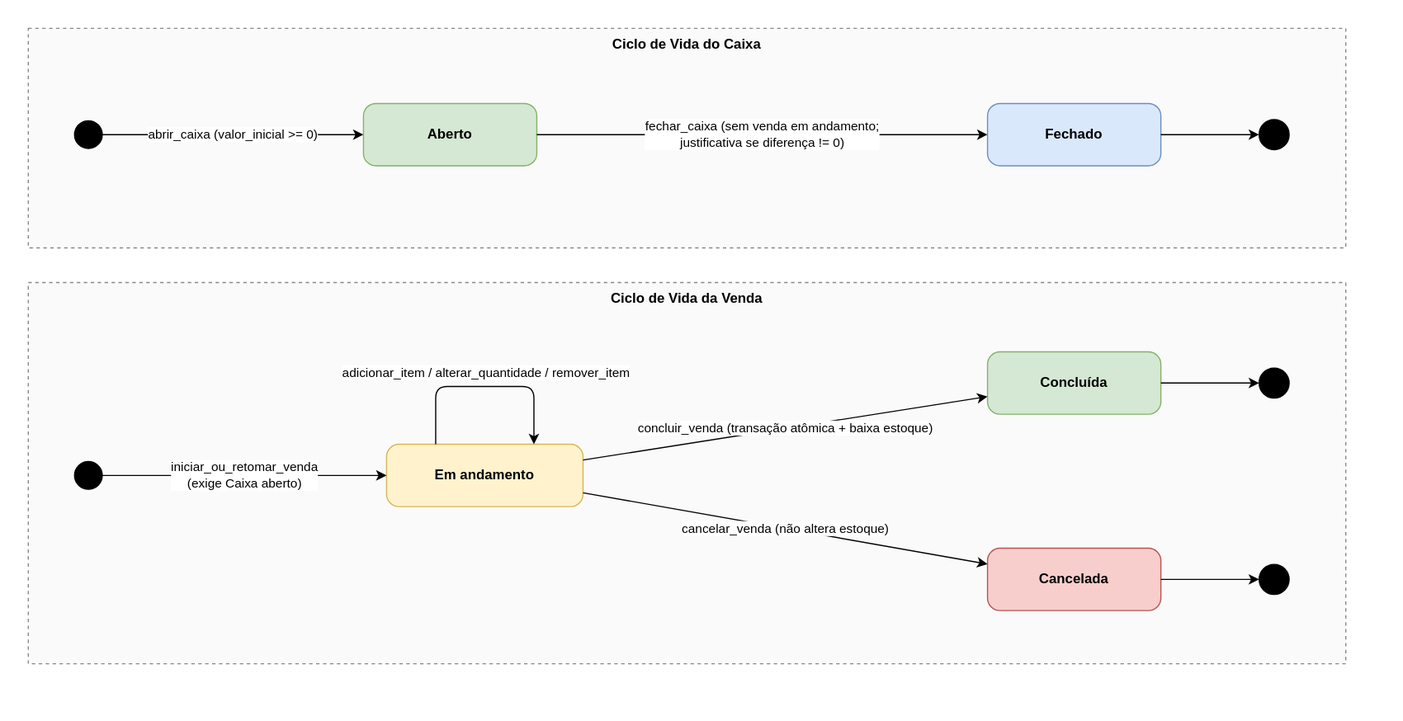
The draw.io diagram docs/diagramas/diagrama_estados.drawio.svg in PedroGasparetto/sistema-dacomp, before a commit. Source tidied: cells renumbered, new cells last; positions are measured from the earlier drawing's top-left corner, leaving out a move shared by most shapes. Source of this version:
```xml
<mxGraphModel>
  <root>
    <mxCell id="0" />
    <mxCell id="1" parent="0" />
    <mxCell id="2" value="Ciclo de Vida do Caixa" style="rounded=0;whiteSpace=wrap;html=1;verticalAlign=top;fontStyle=1;dashed=1;fillColor=#fafafa;strokeColor=#888888;" parent="1" vertex="1">
      <mxGeometry width="1140" height="190" as="geometry" />
    </mxCell>
    <mxCell id="3" style="ellipse;fillColor=#000000;strokeColor=#000000;" parent="1" vertex="1">
      <mxGeometry x="40" y="80" width="24" height="24" as="geometry" />
    </mxCell>
    <mxCell id="4" value="Aberto" style="rounded=1;whiteSpace=wrap;html=1;arcSize=20;fillColor=#d5e8d4;strokeColor=#82b366;fontStyle=1;" parent="1" vertex="1">
      <mxGeometry x="290" y="65" width="150" height="54" as="geometry" />
    </mxCell>
    <mxCell id="5" value="Fechado" style="rounded=1;whiteSpace=wrap;html=1;arcSize=20;fillColor=#dae8fc;strokeColor=#6c8ebf;fontStyle=1;" parent="1" vertex="1">
      <mxGeometry x="830" y="65" width="150" height="54" as="geometry" />
    </mxCell>
    <mxCell id="6" style="ellipse;html=1;shape=doubleEllipse;fillColor=#000000;strokeColor=#000000;" parent="1" vertex="1">
      <mxGeometry x="1065" y="79" width="26" height="26" as="geometry" />
    </mxCell>
    <mxCell id="7" value="abrir_caixa (valor_inicial &gt;= 0)" style="endArrow=classic;html=1;labelBackgroundColor=#ffffff;" parent="1" edge="1" source="3" target="4">
      <mxGeometry relative="1" as="geometry" />
    </mxCell>
    <mxCell id="8" value="fechar_caixa (sem venda em andamento;&#10;justificativa se diferença != 0)" style="endArrow=classic;html=1;labelBackgroundColor=#ffffff;" parent="1" edge="1" source="4" target="5">
      <mxGeometry relative="1" as="geometry" />
    </mxCell>
    <mxCell id="9" style="endArrow=classic;html=1;" parent="1" edge="1" source="5" target="6">
      <mxGeometry relative="1" as="geometry" />
    </mxCell>
    <mxCell id="10" value="Ciclo de Vida da Venda" style="rounded=0;whiteSpace=wrap;html=1;verticalAlign=top;fontStyle=1;dashed=1;fillColor=#fafafa;strokeColor=#888888;" parent="1" vertex="1">
      <mxGeometry y="220" width="1140" height="330" as="geometry" />
    </mxCell>
    <mxCell id="11" style="ellipse;fillColor=#000000;strokeColor=#000000;" parent="1" vertex="1">
      <mxGeometry x="40" y="375" width="24" height="24" as="geometry" />
    </mxCell>
    <mxCell id="12" value="Em andamento" style="rounded=1;whiteSpace=wrap;html=1;arcSize=20;fillColor=#fff2cc;strokeColor=#d6b656;fontStyle=1;" parent="1" vertex="1">
      <mxGeometry x="310" y="360" width="170" height="54" as="geometry" />
    </mxCell>
    <mxCell id="13" value="Concluída" style="rounded=1;whiteSpace=wrap;html=1;arcSize=20;fillColor=#d5e8d4;strokeColor=#82b366;fontStyle=1;" parent="1" vertex="1">
      <mxGeometry x="830" y="280" width="150" height="54" as="geometry" />
    </mxCell>
    <mxCell id="14" value="Cancelada" style="rounded=1;whiteSpace=wrap;html=1;arcSize=20;fillColor=#f8cecc;strokeColor=#b85450;fontStyle=1;" parent="1" vertex="1">
      <mxGeometry x="830" y="450" width="150" height="54" as="geometry" />
    </mxCell>
    <mxCell id="15" style="ellipse;html=1;shape=doubleEllipse;fillColor=#000000;strokeColor=#000000;" parent="1" vertex="1">
      <mxGeometry x="1065" y="294" width="26" height="26" as="geometry" />
    </mxCell>
    <mxCell id="16" style="ellipse;html=1;shape=doubleEllipse;fillColor=#000000;strokeColor=#000000;" parent="1" vertex="1">
      <mxGeometry x="1065" y="464" width="26" height="26" as="geometry" />
    </mxCell>
    <mxCell id="17" value="iniciar_ou_retomar_venda&#10;(exige Caixa aberto)" style="endArrow=classic;html=1;labelBackgroundColor=#ffffff;" parent="1" edge="1" source="11" target="12">
      <mxGeometry relative="1" as="geometry" />
    </mxCell>
    <mxCell id="18" value="adicionar_item / alterar_quantidade / remover_item" style="edgeStyle=orthogonalEdgeStyle;exitX=0.25;exitY=0;entryX=0.75;entryY=0;endArrow=classic;html=1;labelBackgroundColor=#ffffff;" parent="1" edge="1" source="12" target="12">
      <mxGeometry y="12" relative="1" as="geometry">
        <Array as="points">
          <mxPoint x="353" y="310" />
          <mxPoint x="438" y="310" />
        </Array>
      </mxGeometry>
    </mxCell>
    <mxCell id="19" value="concluir_venda (transação atômica + baixa estoque)" style="endArrow=classic;html=1;labelBackgroundColor=#ffffff;" parent="1" edge="1" source="12" target="13">
      <mxGeometry relative="1" as="geometry" />
    </mxCell>
    <mxCell id="20" value="cancelar_venda (não altera estoque)" style="endArrow=classic;html=1;labelBackgroundColor=#ffffff;" parent="1" edge="1" source="12" target="14">
      <mxGeometry relative="1" as="geometry" />
    </mxCell>
    <mxCell id="21" style="endArrow=classic;html=1;" parent="1" edge="1" source="13" target="15">
      <mxGeometry relative="1" as="geometry" />
    </mxCell>
    <mxCell id="22" style="endArrow=classic;html=1;" parent="1" edge="1" source="14" target="16">
      <mxGeometry relative="1" as="geometry" />
    </mxCell>
  </root>
</mxGraphModel>
```
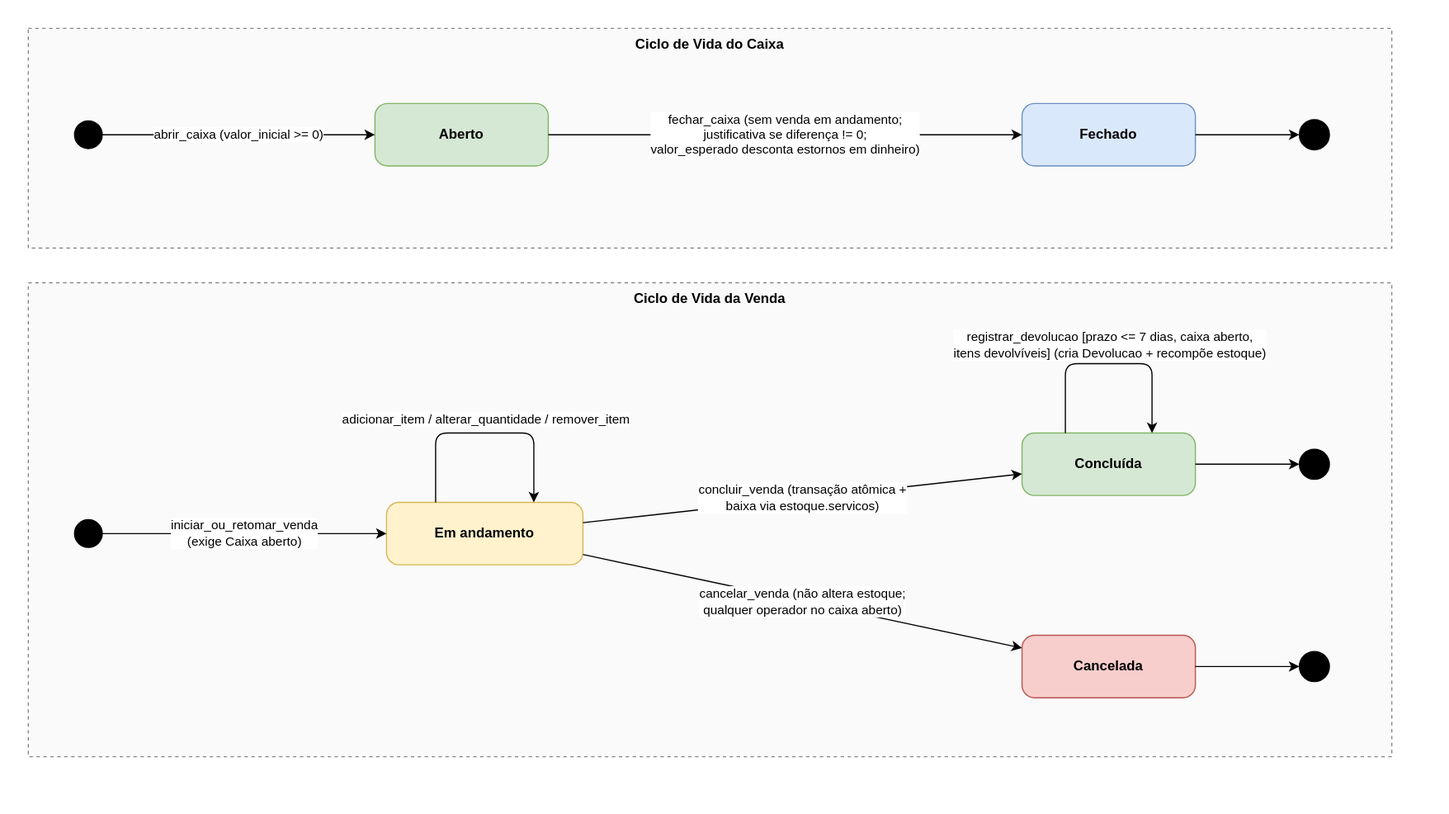
The same diagram one commit later.

What changed in the source:
```diff
@@ -1,51 +1,51 @@
-<mxGraphModel>
+<mxGraphModel background="#ffffff">
   <root>
     <mxCell id="0" />
     <mxCell id="1" parent="0" />
     <mxCell id="2" value="Ciclo de Vida do Caixa" style="rounded=0;whiteSpace=wrap;html=1;verticalAlign=top;fontStyle=1;dashed=1;fillColor=#fafafa;strokeColor=#888888;" parent="1" vertex="1">
-      <mxGeometry width="1140" height="190" as="geometry" />
+      <mxGeometry width="1180" height="190" as="geometry" />
     </mxCell>
     <mxCell id="3" style="ellipse;fillColor=#000000;strokeColor=#000000;" parent="1" vertex="1">
       <mxGeometry x="40" y="80" width="24" height="24" as="geometry" />
     </mxCell>
     <mxCell id="4" value="Aberto" style="rounded=1;whiteSpace=wrap;html=1;arcSize=20;fillColor=#d5e8d4;strokeColor=#82b366;fontStyle=1;" parent="1" vertex="1">
-      <mxGeometry x="290" y="65" width="150" height="54" as="geometry" />
+      <mxGeometry x="300" y="65" width="150" height="54" as="geometry" />
     </mxCell>
     <mxCell id="5" value="Fechado" style="rounded=1;whiteSpace=wrap;html=1;arcSize=20;fillColor=#dae8fc;strokeColor=#6c8ebf;fontStyle=1;" parent="1" vertex="1">
-      <mxGeometry x="830" y="65" width="150" height="54" as="geometry" />
+      <mxGeometry x="860" y="65" width="150" height="54" as="geometry" />
     </mxCell>
     <mxCell id="6" style="ellipse;html=1;shape=doubleEllipse;fillColor=#000000;strokeColor=#000000;" parent="1" vertex="1">
-      <mxGeometry x="1065" y="79" width="26" height="26" as="geometry" />
+      <mxGeometry x="1100" y="79" width="26" height="26" as="geometry" />
     </mxCell>
     <mxCell id="7" value="abrir_caixa (valor_inicial &gt;= 0)" style="endArrow=classic;html=1;labelBackgroundColor=#ffffff;" parent="1" edge="1" source="3" target="4">
       <mxGeometry relative="1" as="geometry" />
     </mxCell>
-    <mxCell id="8" value="fechar_caixa (sem venda em andamento;&#10;justificativa se diferença != 0)" style="endArrow=classic;html=1;labelBackgroundColor=#ffffff;" parent="1" edge="1" source="4" target="5">
+    <mxCell id="8" value="fechar_caixa (sem venda em andamento;&#10;justificativa se diferença != 0;&#10;valor_esperado desconta estornos em dinheiro)" style="endArrow=classic;html=1;labelBackgroundColor=#ffffff;" parent="1" edge="1" source="4" target="5">
       <mxGeometry relative="1" as="geometry" />
     </mxCell>
     <mxCell id="9" style="endArrow=classic;html=1;" parent="1" edge="1" source="5" target="6">
       <mxGeometry relative="1" as="geometry" />
     </mxCell>
     <mxCell id="10" value="Ciclo de Vida da Venda" style="rounded=0;whiteSpace=wrap;html=1;verticalAlign=top;fontStyle=1;dashed=1;fillColor=#fafafa;strokeColor=#888888;" parent="1" vertex="1">
-      <mxGeometry y="220" width="1140" height="330" as="geometry" />
+      <mxGeometry y="220" width="1180" height="410" as="geometry" />
     </mxCell>
     <mxCell id="11" style="ellipse;fillColor=#000000;strokeColor=#000000;" parent="1" vertex="1">
-      <mxGeometry x="40" y="375" width="24" height="24" as="geometry" />
+      <mxGeometry x="40" y="425" width="24" height="24" as="geometry" />
     </mxCell>
     <mxCell id="12" value="Em andamento" style="rounded=1;whiteSpace=wrap;html=1;arcSize=20;fillColor=#fff2cc;strokeColor=#d6b656;fontStyle=1;" parent="1" vertex="1">
-      <mxGeometry x="310" y="360" width="170" height="54" as="geometry" />
+      <mxGeometry x="310" y="410" width="170" height="54" as="geometry" />
     </mxCell>
     <mxCell id="13" value="Concluída" style="rounded=1;whiteSpace=wrap;html=1;arcSize=20;fillColor=#d5e8d4;strokeColor=#82b366;fontStyle=1;" parent="1" vertex="1">
-      <mxGeometry x="830" y="280" width="150" height="54" as="geometry" />
+      <mxGeometry x="860" y="350" width="150" height="54" as="geometry" />
     </mxCell>
     <mxCell id="14" value="Cancelada" style="rounded=1;whiteSpace=wrap;html=1;arcSize=20;fillColor=#f8cecc;strokeColor=#b85450;fontStyle=1;" parent="1" vertex="1">
-      <mxGeometry x="830" y="450" width="150" height="54" as="geometry" />
+      <mxGeometry x="860" y="525" width="150" height="54" as="geometry" />
     </mxCell>
     <mxCell id="15" style="ellipse;html=1;shape=doubleEllipse;fillColor=#000000;strokeColor=#000000;" parent="1" vertex="1">
-      <mxGeometry x="1065" y="294" width="26" height="26" as="geometry" />
+      <mxGeometry x="1100" y="364" width="26" height="26" as="geometry" />
     </mxCell>
     <mxCell id="16" style="ellipse;html=1;shape=doubleEllipse;fillColor=#000000;strokeColor=#000000;" parent="1" vertex="1">
-      <mxGeometry x="1065" y="464" width="26" height="26" as="geometry" />
+      <mxGeometry x="1100" y="539" width="26" height="26" as="geometry" />
     </mxCell>
     <mxCell id="17" value="iniciar_ou_retomar_venda&#10;(exige Caixa aberto)" style="endArrow=classic;html=1;labelBackgroundColor=#ffffff;" parent="1" edge="1" source="11" target="12">
       <mxGeometry relative="1" as="geometry" />
@@ -53,17 +53,25 @@
     <mxCell id="18" value="adicionar_item / alterar_quantidade / remover_item" style="edgeStyle=orthogonalEdgeStyle;exitX=0.25;exitY=0;entryX=0.75;entryY=0;endArrow=classic;html=1;labelBackgroundColor=#ffffff;" parent="1" edge="1" source="12" target="12">
       <mxGeometry y="12" relative="1" as="geometry">
         <Array as="points">
-          <mxPoint x="353" y="310" />
-          <mxPoint x="438" y="310" />
+          <mxPoint x="353" y="350" />
+          <mxPoint x="438" y="350" />
         </Array>
       </mxGeometry>
     </mxCell>
-    <mxCell id="19" value="concluir_venda (transação atômica + baixa estoque)" style="endArrow=classic;html=1;labelBackgroundColor=#ffffff;" parent="1" edge="1" source="12" target="13">
+    <mxCell id="19" value="concluir_venda (transação atômica +&#10;baixa via estoque.servicos)" style="endArrow=classic;html=1;labelBackgroundColor=#ffffff;" parent="1" edge="1" source="12" target="13">
       <mxGeometry relative="1" as="geometry" />
     </mxCell>
-    <mxCell id="20" value="cancelar_venda (não altera estoque)" style="endArrow=classic;html=1;labelBackgroundColor=#ffffff;" parent="1" edge="1" source="12" target="14">
+    <mxCell id="20" value="cancelar_venda (não altera estoque;&#10;qualquer operador no caixa aberto)" style="endArrow=classic;html=1;labelBackgroundColor=#ffffff;" parent="1" edge="1" source="12" target="14">
       <mxGeometry relative="1" as="geometry" />
     </mxCell>
+    <mxCell id="23" value="registrar_devolucao [prazo &lt;= 7 dias, caixa aberto,&#10;itens devolvíveis] (cria Devolucao + recompõe estoque)" style="edgeStyle=orthogonalEdgeStyle;exitX=0.25;exitY=0;entryX=0.75;entryY=0;endArrow=classic;html=1;labelBackgroundColor=#ffffff;" parent="1" edge="1" source="13" target="13">
+      <mxGeometry y="16" relative="1" as="geometry">
+        <Array as="points">
+          <mxPoint x="898" y="290" />
+          <mxPoint x="973" y="290" />
+        </Array>
+      </mxGeometry>
+    </mxCell>
     <mxCell id="21" style="endArrow=classic;html=1;" parent="1" edge="1" source="13" target="15">
       <mxGeometry relative="1" as="geometry" />
     </mxCell>
```
